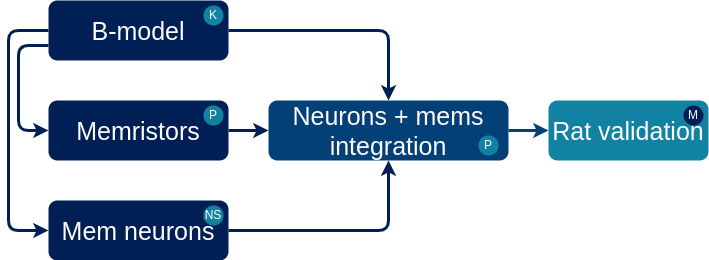
The draw.io diagram pert_chart.png in max-talanov/bypass, before a commit. Source tidied: cells renumbered, new cells last; positions are measured from the earlier drawing's top-left corner, leaving out a move shared by most shapes.
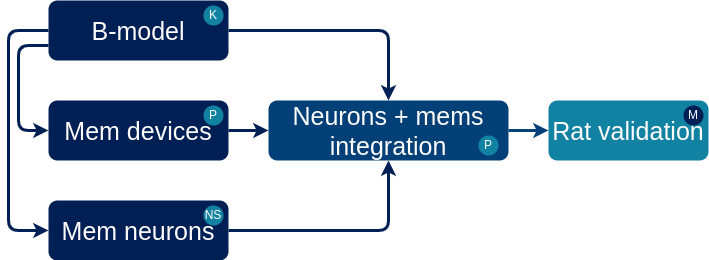
Above is the later version.

Commit message:
updated pert chart

Diff of the diagram source:
```diff
@@ -5,7 +5,7 @@
     <mxCell id="2" value="B-model" style="rounded=1;whiteSpace=wrap;html=1;strokeColor=none;fillColor=#001F54;fontColor=#FEFCFB;fontSize=25;" parent="1" vertex="1">
       <mxGeometry x="40" width="180" height="60" as="geometry" />
     </mxCell>
-    <mxCell id="3" value="Memristors" style="rounded=1;whiteSpace=wrap;html=1;strokeColor=none;fillColor=#001F54;fontColor=#FEFCFB;fontSize=25;" parent="1" vertex="1">
+    <mxCell id="3" value="Mem devices" style="rounded=1;whiteSpace=wrap;html=1;strokeColor=none;fillColor=#001F54;fontColor=#FEFCFB;fontSize=25;" parent="1" vertex="1">
       <mxGeometry x="40" y="100" width="180" height="60" as="geometry" />
     </mxCell>
     <mxCell id="4" value="Mem neurons" style="rounded=1;whiteSpace=wrap;html=1;strokeColor=none;fillColor=#001F54;fontColor=#FEFCFB;fontSize=25;" parent="1" vertex="1">
```
